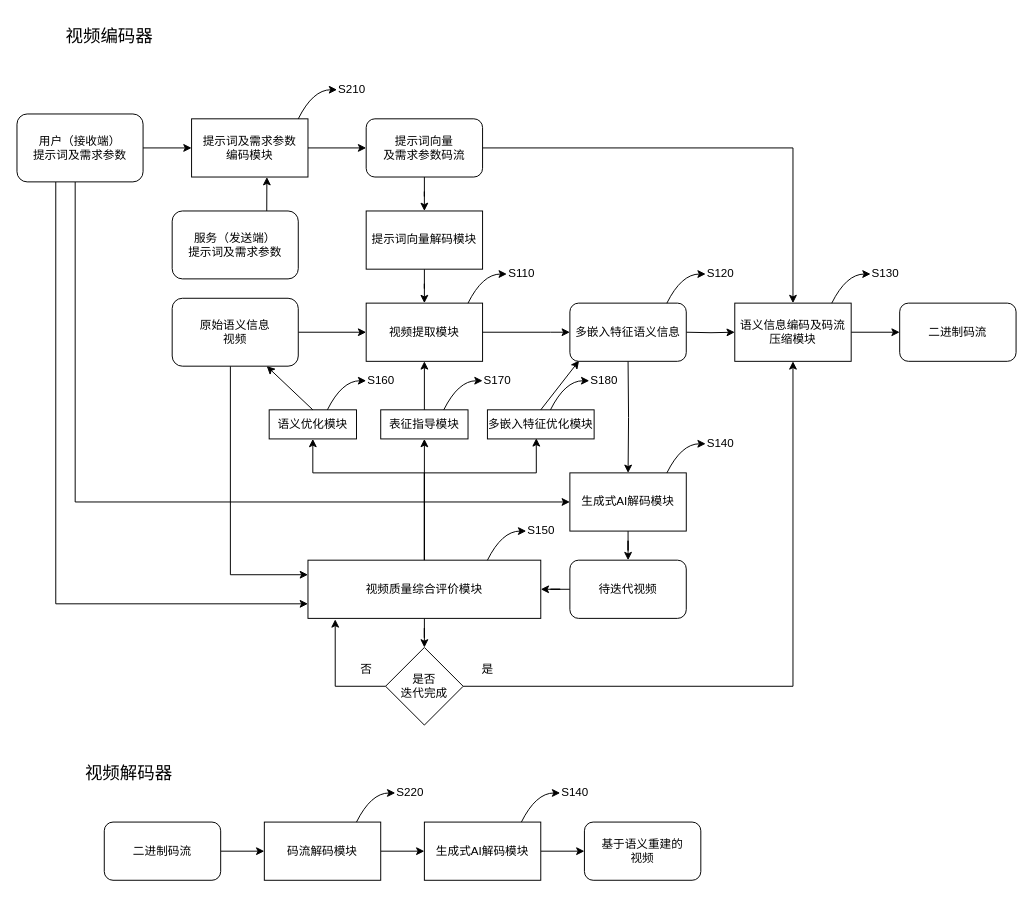
Above: 基于生成式AI的多路径多嵌入视频编码系统.drawio in hrf666666/FlowCharts (draw.io), before the change. Source tidied: cells renumbered, new cells numbered last; positions are measured from the earlier drawing's top-left corner, leaving out a move shared by most shapes. Both pictures are drawn from the tidied source at 97%, with x=0, y=0 at pixel (16, 16).
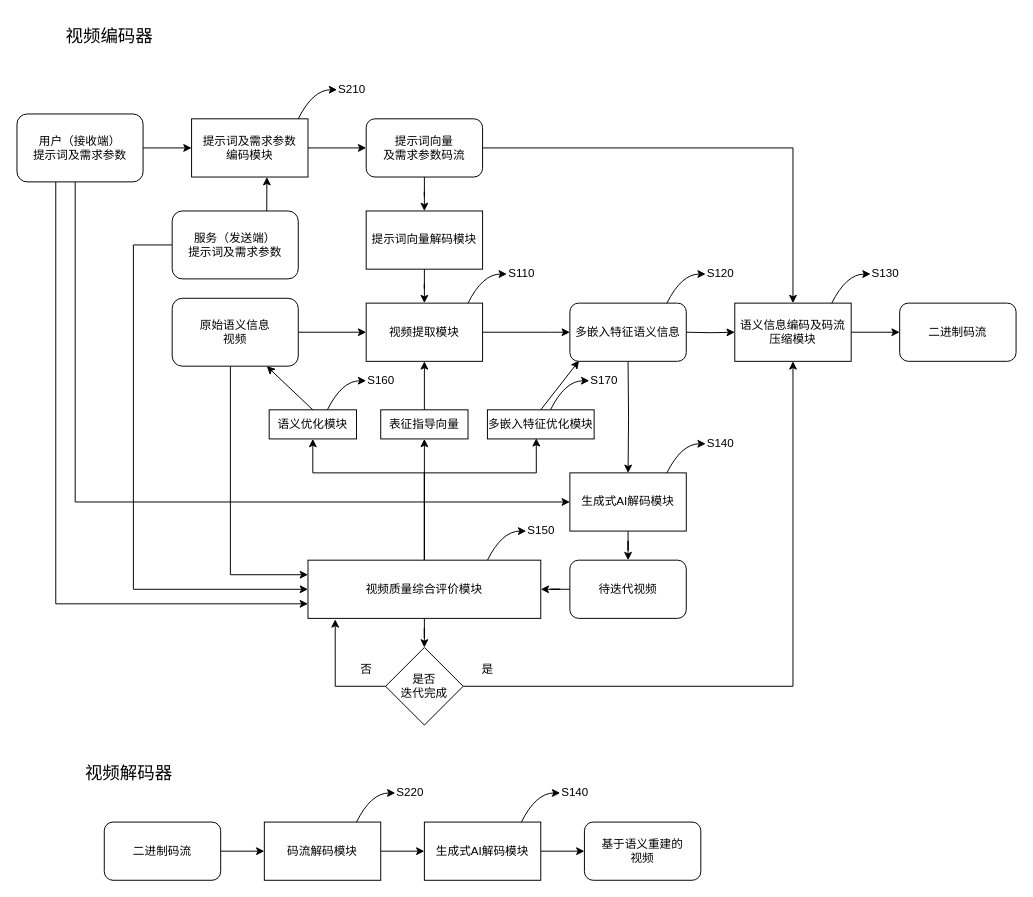
The same page after the edit.

Commit message:
更新基于生成式AI的多路径多嵌入视频编码系统.drawio

Unchanged cells that the change refers to:
```xml
<mxCell id="29" value="视频质量综合评价模块" style="rounded=0;whiteSpace=wrap;html=1;" parent="1" vertex="1">
  <mxGeometry x="300" y="560" width="240" height="60" as="geometry" />
</mxCell>
<mxCell id="51" value="服务（发送端）&lt;div&gt;提示词及&lt;span style=&quot;background-color: initial;&quot;&gt;需求参数&lt;/span&gt;&lt;/div&gt;" style="rounded=1;whiteSpace=wrap;html=1;" parent="1" vertex="1">
  <mxGeometry x="160" y="200" width="130" height="70" as="geometry" />
</mxCell>
```

Change to the diagram source:
```diff
@@
-    <mxCell id="32" value="表征指导模块" style="rounded=0;whiteSpace=wrap;html=1;" parent="1" vertex="1">
+    <mxCell id="32" value="表征指导向量" style="rounded=0;whiteSpace=wrap;html=1;" parent="1" vertex="1">
       <mxGeometry x="375" y="405" width="90" height="30" as="geometry" />
     </mxCell>
@@
+    <mxCell id="77" style="edgeStyle=orthogonalEdgeStyle;rounded=0;jettySize=auto;html=1;entryX=0;entryY=0.5;entryDx=0;entryDy=0;" parent="1" edge="1" source="51" target="29">
+      <mxGeometry relative="1" as="geometry">
+        <Array as="points">
+          <mxPoint x="120" y="235" />
+          <mxPoint x="120" y="590" />
+        </Array>
+      </mxGeometry>
+    </mxCell>
@@
-    <mxCell id="69" style="curved=1;endArrow=classic;html=1;rounded=0;" parent="1" edge="1">
-      <mxGeometry relative="1" as="geometry">
-        <mxPoint x="440" y="405" as="sourcePoint" />
-        <mxPoint x="480" y="375" as="targetPoint" />
-        <Array as="points">
-          <mxPoint x="455" y="375" />
-        </Array>
-      </mxGeometry>
-    </mxCell>
-    <mxCell id="70" value="S170" style="text;html=1;align=center;verticalAlign=middle;strokeColor=none;fillColor=none;" parent="1" vertex="1">
-      <mxGeometry x="470" y="360" width="50" height="30" as="geometry" />
-    </mxCell>
@@
-    <mxCell id="72" value="S180" style="text;html=1;align=center;verticalAlign=middle;strokeColor=none;fillColor=none;" parent="1" vertex="1">
+    <mxCell id="72" value="S170" style="text;html=1;align=center;verticalAlign=middle;strokeColor=none;fillColor=none;" parent="1" vertex="1">
       <mxGeometry x="580" y="360" width="50" height="30" as="geometry" />
     </mxCell>
```
